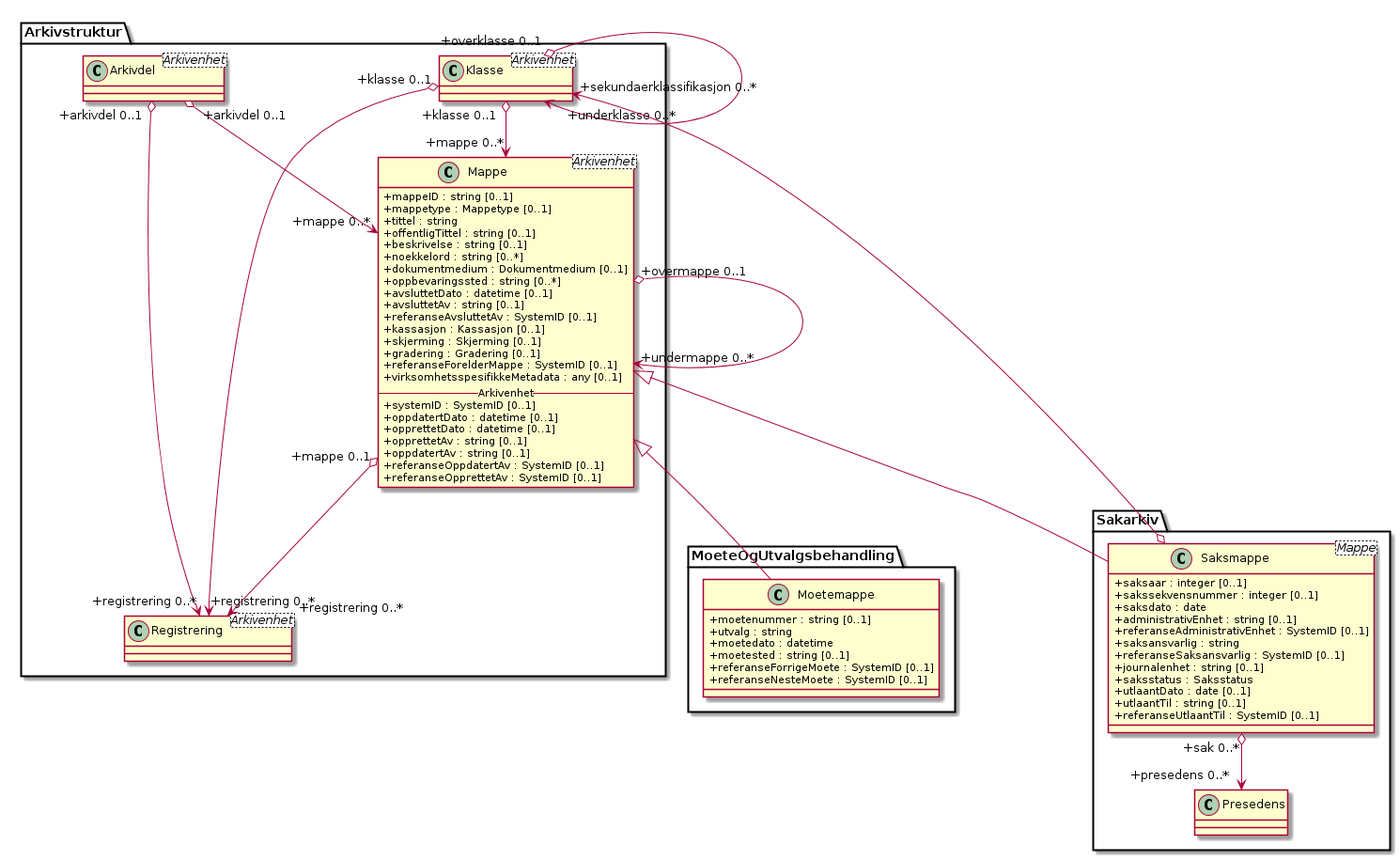
This is kapitler/media/uml-arkivstruktur-mappe-til-saksmappe.png from arkivverket/noark5-tjenestegrensesnitt-standard, a PlantUML export, as it was before one commit.
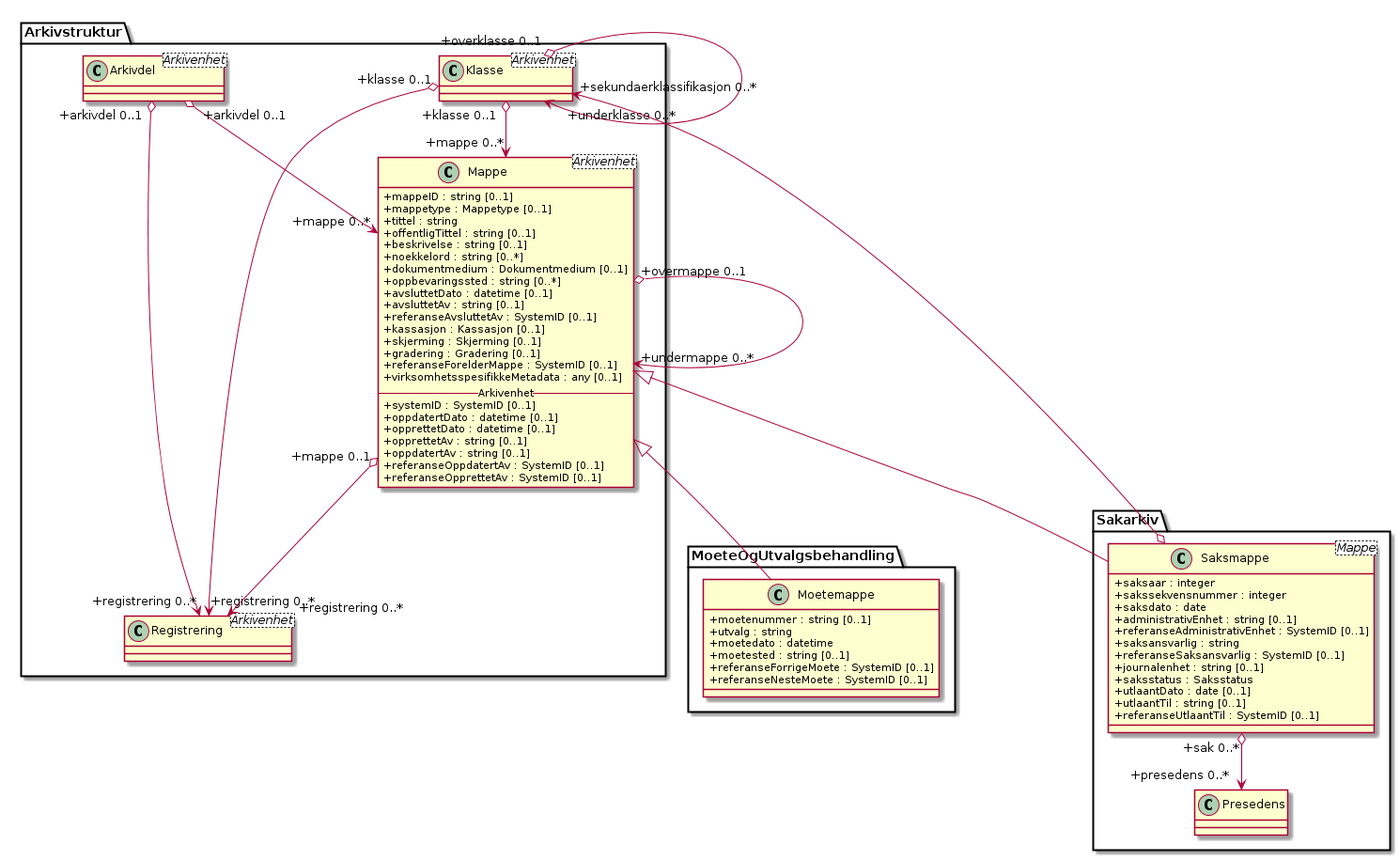
The same diagram one commit later.

The edit, as a diff of the source:
```diff
@@ -5,8 +5,8 @@
 class Arkivstruktur.Klasse <Arkivenhet>
 class Arkivstruktur.Arkivdel <Arkivenhet>
 class Sakarkiv.Saksmappe <Mappe> {
-  +saksaar : integer [0..1]
-  +sakssekvensnummer : integer [0..1]
+  +saksaar : integer
+  +sakssekvensnummer : integer
   +saksdato : date
   +administrativEnhet : string [0..1]
   +referanseAdministrativEnhet : SystemID [0..1]
```
